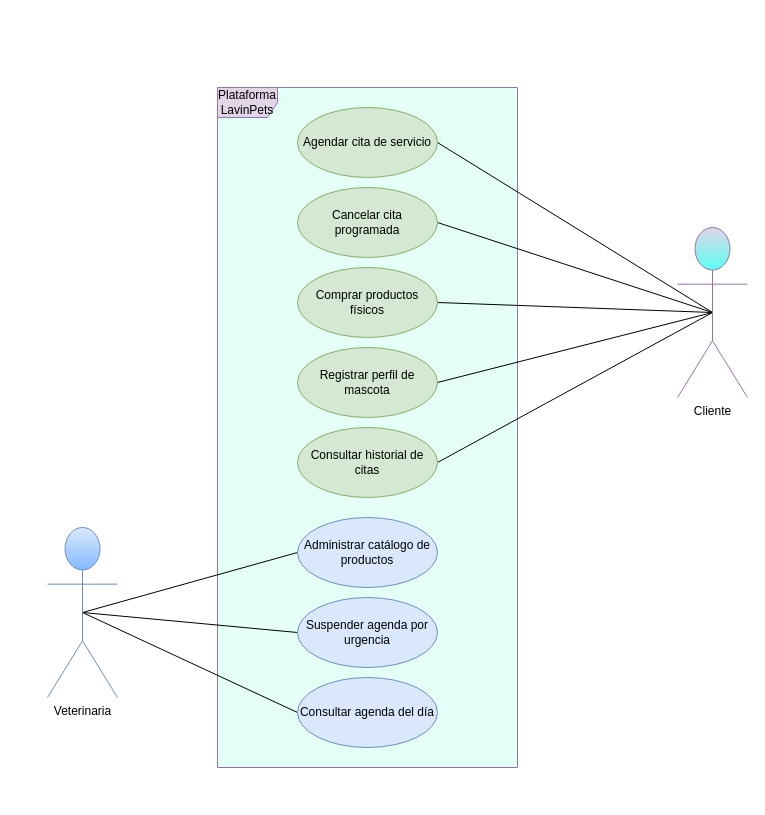
Before: docs/diagramas/casos-de-uso.drawio in EmmanuelAlvarado-ai/Veterinary-Platform, a draw.io diagram. Source tidied: cells renumbered, new cells numbered last; positions are measured from the earlier drawing's top-left corner, leaving out a move shared by most shapes. Both pictures are drawn from the tidied source at 100%, with x=0, y=0 at pixel (47, 87).
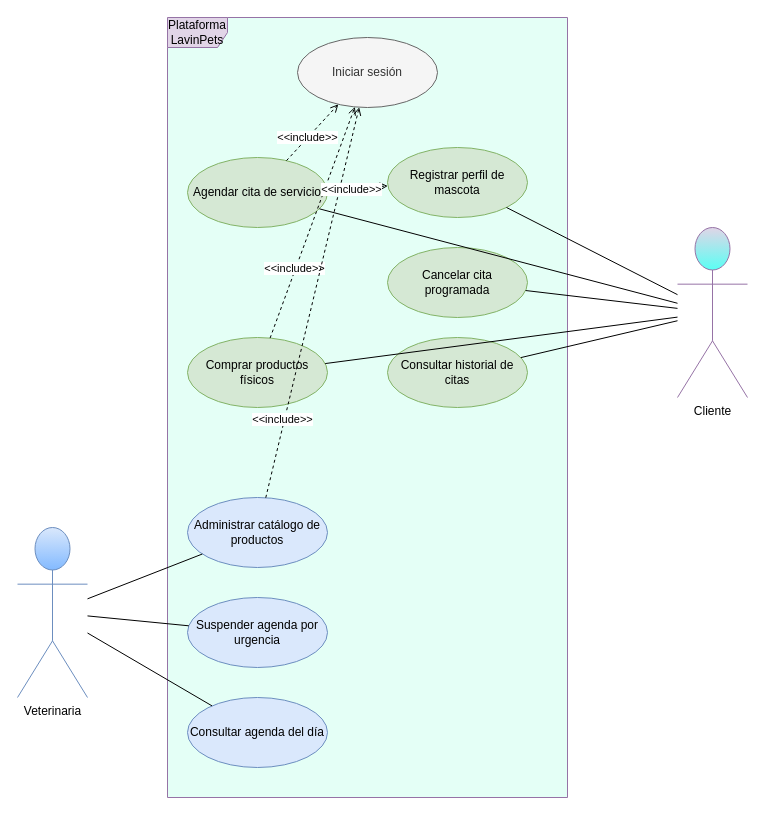
The same page after the edit.

Commit message:
Add login use case and update diagram connections

Added a new use case for user login and updated the diagram to include connections between actors and use cases. Adjusted dimensions and styles for better clarity.

What changed in the source:
```diff
@@
     <mxCell id="2" value="Plataforma LavinPets" style="shape=umlFrame;whiteSpace=wrap;html=1;fillColor=#e1d5e7;strokeColor=#9673a6;gradientColor=none;swimlaneFillColor=#E4FFF6;" parent="1" vertex="1">
-      <mxGeometry x="170" width="300" height="680" as="geometry" />
+      <mxGeometry x="120" y="-70" width="400" height="780" as="geometry" />
     </mxCell>
+    <mxCell id="8" value="Cliente" style="shape=umlActor;verticalLabelPosition=bottom;verticalAlign=top;html=1;fillColor=#e1d5e7;strokeColor=#9673a6;gradientColor=#5AFFF4;" parent="1" vertex="1">
+      <mxGeometry x="630" y="140" width="70" height="170" as="geometry" />
+    </mxCell>
+    <mxCell id="12" value="Veterinaria" style="shape=umlActor;verticalLabelPosition=bottom;verticalAlign=top;html=1;fillColor=#dae8fc;strokeColor=#6c8ebf;gradientColor=#83BAFF;" parent="1" vertex="1">
+      <mxGeometry x="-30" y="440" width="70" height="170" as="geometry" />
+    </mxCell>
+    <mxCell id="21" value="Iniciar sesión" style="ellipse;whiteSpace=wrap;html=1;fillColor=#f5f5f5;strokeColor=#666666;fontColor=#333333;" parent="1" vertex="1">
+      <mxGeometry x="250" y="-50" width="140" height="70" as="geometry" />
+    </mxCell>
+    <mxCell id="13" value="Agendar cita de servicio" style="ellipse;whiteSpace=wrap;html=1;fillColor=#d5e8d4;strokeColor=#82b366;" parent="1" vertex="1">
+      <mxGeometry x="140" y="70" width="140" height="70" as="geometry" />
+    </mxCell>
+    <mxCell id="15" value="Cancelar cita programada" style="ellipse;whiteSpace=wrap;html=1;fillColor=#d5e8d4;strokeColor=#82b366;" parent="1" vertex="1">
+      <mxGeometry x="340" y="160" width="140" height="70" as="geometry" />
+    </mxCell>
+    <mxCell id="18" value="Comprar productos físicos" style="ellipse;whiteSpace=wrap;html=1;fillColor=#d5e8d4;strokeColor=#82b366;" parent="1" vertex="1">
+      <mxGeometry x="140" y="250" width="140" height="70" as="geometry" />
+    </mxCell>
+    <mxCell id="17" value="Registrar perfil de mascota" style="ellipse;whiteSpace=wrap;html=1;fillColor=#d5e8d4;strokeColor=#82b366;" parent="1" vertex="1">
+      <mxGeometry x="340" y="60" width="140" height="70" as="geometry" />
+    </mxCell>
+    <mxCell id="16" value="Consultar historial de citas" style="ellipse;whiteSpace=wrap;html=1;fillColor=#d5e8d4;strokeColor=#82b366;" parent="1" vertex="1">
+      <mxGeometry x="340" y="250" width="140" height="70" as="geometry" />
+    </mxCell>
+    <mxCell id="14" value="Administrar catálogo de productos" style="ellipse;whiteSpace=wrap;html=1;fillColor=#dae8fc;strokeColor=#6c8ebf;" parent="1" vertex="1">
+      <mxGeometry x="140" y="410" width="140" height="70" as="geometry" />
+    </mxCell>
+    <mxCell id="19" value="Suspender agenda por urgencia" style="ellipse;whiteSpace=wrap;html=1;fillColor=#dae8fc;strokeColor=#6c8ebf;" parent="1" vertex="1">
+      <mxGeometry x="140" y="510" width="140" height="70" as="geometry" />
+    </mxCell>
+    <mxCell id="20" value="Consultar agenda del día" style="ellipse;whiteSpace=wrap;html=1;fillColor=#dae8fc;strokeColor=#6c8ebf;" parent="1" vertex="1">
+      <mxGeometry x="140" y="610" width="140" height="70" as="geometry" />
+    </mxCell>
-    <mxCell id="3" style="rounded=0;jettySize=auto;html=1;exitX=0.5;exitY=0.5;exitDx=0;exitDy=0;exitPerimeter=0;entryX=1;entryY=0.5;entryDx=0;entryDy=0;endArrow=none;endFill=0;" parent="1" edge="1" source="8" target="13">
+    <mxCell id="3" style="endArrow=none;endFill=0;" parent="1" edge="1" source="8" target="13">
       <mxGeometry relative="1" as="geometry" />
     </mxCell>
-    <mxCell id="4" style="rounded=0;jettySize=auto;html=1;exitX=0.5;exitY=0.5;exitDx=0;exitDy=0;exitPerimeter=0;entryX=1;entryY=0.5;entryDx=0;entryDy=0;endArrow=none;endFill=0;" parent="1" edge="1" source="8" target="15">
+    <mxCell id="4" style="endArrow=none;endFill=0;" parent="1" edge="1" source="8" target="15">
       <mxGeometry relative="1" as="geometry" />
     </mxCell>
-    <mxCell id="5" style="rounded=0;jettySize=auto;html=1;exitX=0.5;exitY=0.5;exitDx=0;exitDy=0;exitPerimeter=0;entryX=1;entryY=0.5;entryDx=0;entryDy=0;endArrow=none;endFill=0;" parent="1" edge="1" source="8" target="18">
+    <mxCell id="5" style="endArrow=none;endFill=0;" parent="1" edge="1" source="8" target="18">
       <mxGeometry relative="1" as="geometry" />
     </mxCell>
-    <mxCell id="6" style="rounded=0;jettySize=auto;html=1;exitX=0.5;exitY=0.5;exitDx=0;exitDy=0;exitPerimeter=0;entryX=1;entryY=0.5;entryDx=0;entryDy=0;endArrow=none;endFill=0;" parent="1" edge="1" source="8" target="17">
+    <mxCell id="6" style="endArrow=none;endFill=0;" parent="1" edge="1" source="8" target="17">
       <mxGeometry relative="1" as="geometry" />
     </mxCell>
-    <mxCell id="7" style="rounded=0;jettySize=auto;html=1;exitX=0.5;exitY=0.5;exitDx=0;exitDy=0;exitPerimeter=0;entryX=1;entryY=0.5;entryDx=0;entryDy=0;endArrow=none;endFill=0;" parent="1" edge="1" source="8" target="16">
+    <mxCell id="7" style="endArrow=none;endFill=0;" parent="1" edge="1" source="8" target="16">
       <mxGeometry relative="1" as="geometry" />
     </mxCell>
-    <mxCell id="8" value="Cliente" style="shape=umlActor;verticalLabelPosition=bottom;verticalAlign=top;html=1;fillColor=#e1d5e7;strokeColor=#9673a6;gradientColor=#5AFFF4;" parent="1" vertex="1">
-      <mxGeometry x="630" y="140" width="70" height="170" as="geometry" />
-    </mxCell>
-    <mxCell id="9" style="rounded=0;jettySize=auto;html=1;exitX=0.5;exitY=0.5;exitDx=0;exitDy=0;exitPerimeter=0;endArrow=none;endFill=0;entryX=0;entryY=0.5;entryDx=0;entryDy=0;" parent="1" edge="1" source="12" target="14">
+    <mxCell id="9" style="endArrow=none;endFill=0;" parent="1" edge="1" source="12" target="14">
       <mxGeometry relative="1" as="geometry" />
     </mxCell>
-    <mxCell id="10" style="rounded=0;jettySize=auto;html=1;exitX=0.5;exitY=0.5;exitDx=0;exitDy=0;exitPerimeter=0;entryX=0;entryY=0.5;entryDx=0;entryDy=0;startArrow=none;startFill=0;endArrow=none;endFill=0;" parent="1" edge="1" source="12" target="19">
+    <mxCell id="10" style="endArrow=none;endFill=0;" parent="1" edge="1" source="12" target="19">
       <mxGeometry relative="1" as="geometry" />
     </mxCell>
-    <mxCell id="11" style="rounded=0;jettySize=auto;html=1;exitX=0.5;exitY=0.5;exitDx=0;exitDy=0;exitPerimeter=0;entryX=0;entryY=0.5;entryDx=0;entryDy=0;endArrow=none;endFill=0;" parent="1" edge="1" source="12" target="20">
+    <mxCell id="11" style="endArrow=none;endFill=0;" parent="1" edge="1" source="12" target="20">
       <mxGeometry relative="1" as="geometry" />
     </mxCell>
-    <mxCell id="12" value="Veterinaria" style="shape=umlActor;verticalLabelPosition=bottom;verticalAlign=top;html=1;fillColor=#dae8fc;strokeColor=#6c8ebf;gradientColor=#83BAFF;" parent="1" vertex="1">
-      <mxGeometry y="440" width="70" height="170" as="geometry" />
-    </mxCell>
-    <mxCell id="13" value="&lt;span style=&quot;background-color: transparent; color: light-dark(rgb(0, 0, 0), rgb(255, 255, 255));&quot;&gt;Agendar cita de servicio&lt;/span&gt;" style="ellipse;whiteSpace=wrap;html=1;fillColor=#d5e8d4;strokeColor=#82b366;" parent="1" vertex="1">
-      <mxGeometry x="250" y="20" width="140" height="70" as="geometry" />
-    </mxCell>
-    <mxCell id="14" value="&lt;span style=&quot;background-color: transparent; color: light-dark(rgb(0, 0, 0), rgb(255, 255, 255));&quot;&gt;Administrar catálogo de productos&lt;/span&gt;" style="ellipse;whiteSpace=wrap;html=1;fillColor=#dae8fc;strokeColor=#6c8ebf;" parent="1" vertex="1">
-      <mxGeometry x="250" y="430" width="140" height="70" as="geometry" />
-    </mxCell>
-    <mxCell id="15" value="&lt;span style=&quot;background-color: transparent; color: light-dark(rgb(0, 0, 0), rgb(255, 255, 255));&quot;&gt;Cancelar cita programada&lt;/span&gt;" style="ellipse;whiteSpace=wrap;html=1;fillColor=#d5e8d4;strokeColor=#82b366;" parent="1" vertex="1">
-      <mxGeometry x="250" y="100" width="140" height="70" as="geometry" />
-    </mxCell>
-    <mxCell id="16" value="&lt;span style=&quot;background-color: transparent; color: light-dark(rgb(0, 0, 0), rgb(255, 255, 255));&quot;&gt;Consultar historial de citas&lt;/span&gt;" style="ellipse;whiteSpace=wrap;html=1;fillColor=#d5e8d4;strokeColor=#82b366;" parent="1" vertex="1">
-      <mxGeometry x="250" y="340" width="140" height="70" as="geometry" />
-    </mxCell>
-    <mxCell id="17" value="&lt;span style=&quot;background-color: transparent; color: light-dark(rgb(0, 0, 0), rgb(255, 255, 255));&quot;&gt;Registrar perfil de mascota&lt;/span&gt;" style="ellipse;whiteSpace=wrap;html=1;fillColor=#d5e8d4;strokeColor=#82b366;" parent="1" vertex="1">
-      <mxGeometry x="250" y="260" width="140" height="70" as="geometry" />
-    </mxCell>
-    <mxCell id="18" value="&lt;span style=&quot;background-color: transparent; color: light-dark(rgb(0, 0, 0), rgb(255, 255, 255));&quot;&gt;Comprar productos físicos&lt;/span&gt;" style="ellipse;whiteSpace=wrap;html=1;fillColor=#d5e8d4;strokeColor=#82b366;" parent="1" vertex="1">
-      <mxGeometry x="250" y="180" width="140" height="70" as="geometry" />
-    </mxCell>
-    <mxCell id="19" value="&lt;span style=&quot;background-color: transparent; color: light-dark(rgb(0, 0, 0), rgb(255, 255, 255));&quot;&gt;Suspender agenda por urgencia&lt;/span&gt;" style="ellipse;whiteSpace=wrap;html=1;fillColor=#dae8fc;strokeColor=#6c8ebf;" parent="1" vertex="1">
-      <mxGeometry x="250" y="510" width="140" height="70" as="geometry" />
-    </mxCell>
-    <mxCell id="20" value="&lt;span style=&quot;background-color: transparent; color: light-dark(rgb(0, 0, 0), rgb(255, 255, 255));&quot;&gt;Consultar agenda del día&lt;/span&gt;" style="ellipse;whiteSpace=wrap;html=1;fillColor=#dae8fc;strokeColor=#6c8ebf;" parent="1" vertex="1">
-      <mxGeometry x="250" y="590" width="140" height="70" as="geometry" />
-    </mxCell>
+    <mxCell id="22" style="dashed=1;endArrow=open;endFill=0;" parent="1" edge="1" source="13" target="21">
+      <mxGeometry relative="1" as="geometry" />
+    </mxCell>
+    <mxCell id="23" value="&amp;lt;&amp;lt;include&amp;gt;&amp;gt;" style="edgeLabel;html=1;align=center;verticalAlign=middle;" parent="22" vertex="1">
+      <mxGeometry x="-0.2" y="1" relative="1" as="geometry" />
+    </mxCell>
+    <mxCell id="24" style="dashed=1;endArrow=open;endFill=0;" parent="1" edge="1" source="18" target="21">
+      <mxGeometry relative="1" as="geometry" />
+    </mxCell>
+    <mxCell id="25" value="&amp;lt;&amp;lt;include&amp;gt;&amp;gt;" style="edgeLabel;html=1;align=center;verticalAlign=middle;" parent="24" vertex="1">
+      <mxGeometry x="-0.4" y="2" relative="1" as="geometry" />
+    </mxCell>
+    <mxCell id="26" style="dashed=1;endArrow=open;endFill=0;" parent="1" edge="1" source="14" target="21">
+      <mxGeometry relative="1" as="geometry" />
+    </mxCell>
+    <mxCell id="27" value="&amp;lt;&amp;lt;include&amp;gt;&amp;gt;" style="edgeLabel;html=1;align=center;verticalAlign=middle;" parent="26" vertex="1">
+      <mxGeometry x="-0.6" y="2" relative="1" as="geometry" />
+    </mxCell>
+    <mxCell id="28" style="dashed=1;endArrow=open;endFill=0;" parent="1" edge="1" source="13" target="17">
+      <mxGeometry relative="1" as="geometry" />
+    </mxCell>
+    <mxCell id="29" value="&amp;lt;&amp;lt;include&amp;gt;&amp;gt;" style="edgeLabel;html=1;align=center;verticalAlign=middle;" parent="28" vertex="1">
+      <mxGeometry x="-0.2" y="-1" relative="1" as="geometry" />
+    </mxCell>
```
